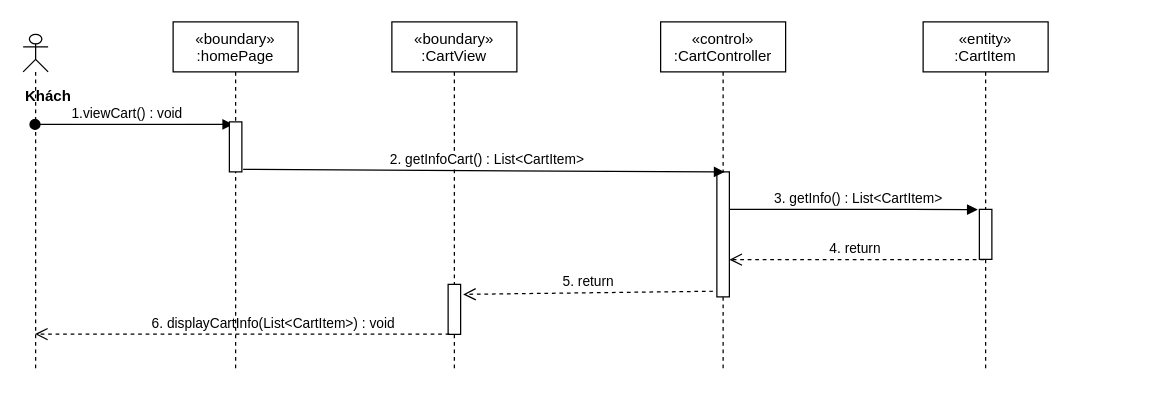
Above: sequence diagram/view-cart-sequence.drawio in nguyenphamvan/datn_20202 (draw.io), before the change. Source tidied: cells renumbered, new cells numbered last; positions are measured from the earlier drawing's top-left corner, leaving out a move shared by most shapes. Both pictures are drawn from the tidied source at 125%, with x=0, y=0 at pixel (22, 21).
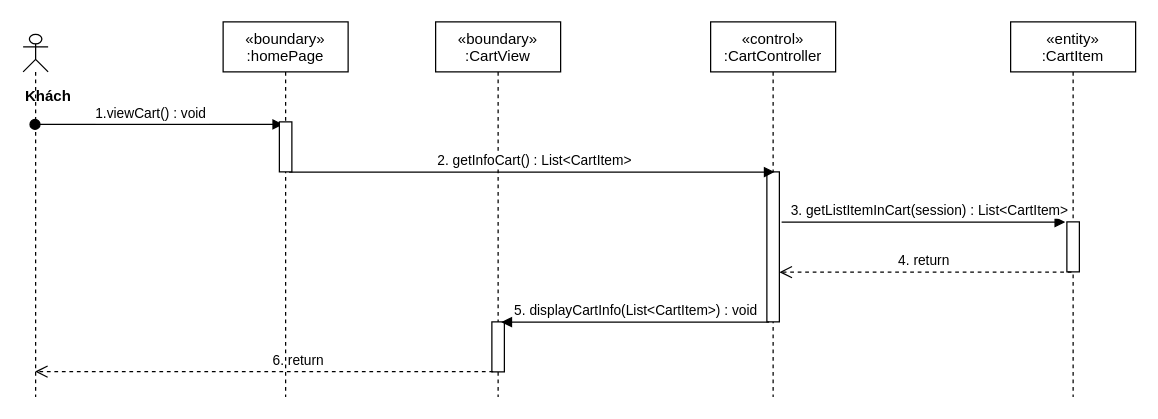
The same page after the edit.

Change to the diagram source:
```diff
@@
 <mxGraphModel>
   <root>
     <mxCell id="0" />
     <mxCell id="1" parent="0" />
     <mxCell id="2" value="«boundary»&#10;:CartView" style="shape=umlLifeline;perimeter=lifelinePerimeter;rounded=0;shadow=0;strokeWidth=1;" parent="1" vertex="1">
-      <mxGeometry x="295" width="100" height="280" as="geometry" />
+      <mxGeometry x="330" width="100" height="300" as="geometry" />
     </mxCell>
     <mxCell id="3" style="points=[];perimeter=orthogonalPerimeter;rounded=0;shadow=0;strokeWidth=1;" parent="2" vertex="1">
-      <mxGeometry x="45" y="210" width="10" height="40" as="geometry" />
+      <mxGeometry x="45" y="240" width="10" height="40" as="geometry" />
     </mxCell>
     <mxCell id="4" value="«control»&#10;:CartController" style="shape=umlLifeline;perimeter=lifelinePerimeter;rounded=0;shadow=0;strokeWidth=1;" parent="1" vertex="1">
-      <mxGeometry x="510" width="100" height="280" as="geometry" />
+      <mxGeometry x="550" width="100" height="300" as="geometry" />
     </mxCell>
     <mxCell id="5" style="points=[];perimeter=orthogonalPerimeter;rounded=0;shadow=0;strokeWidth=1;" parent="4" vertex="1">
-      <mxGeometry x="45" y="120" width="10" height="100" as="geometry" />
+      <mxGeometry x="45" y="120" width="10" height="120" as="geometry" />
     </mxCell>
     <mxCell id="6" value="&lt;div&gt;&lt;b&gt;Khách&lt;/b&gt;&lt;/div&gt;" style="shape=umlLifeline;participant=umlActor;perimeter=lifelinePerimeter;whiteSpace=wrap;html=1;verticalAlign=top;spacingTop=36;outlineConnect=0;align=left;size=30;" parent="1" vertex="1">
-      <mxGeometry y="10" width="20" height="270" as="geometry" />
+      <mxGeometry y="10" width="20" height="290" as="geometry" />
     </mxCell>
     <mxCell id="7" value="1.viewCart() : void" style="verticalAlign=bottom;startArrow=oval;endArrow=block;startSize=8;shadow=0;strokeWidth=1;entryX=0.3;entryY=0.05;entryDx=0;entryDy=0;entryPerimeter=0;" parent="1" edge="1" source="6" target="15">
       <mxGeometry x="-0.06" relative="1" as="geometry" />
     </mxCell>
-    <mxCell id="8" value="2. getInfoCart() : List&amp;lt;CartItem&amp;gt;" style="html=1;verticalAlign=bottom;endArrow=block;entryX=0.617;entryY=0.001;entryDx=0;entryDy=0;entryPerimeter=0;exitX=1.1;exitY=0.95;exitDx=0;exitDy=0;exitPerimeter=0;" parent="1" edge="1" source="15" target="5">
+    <mxCell id="8" value="2. getInfoCart() : List&amp;lt;CartItem&amp;gt;" style="html=1;verticalAlign=bottom;endArrow=block;entryX=0.617;entryY=0.001;entryDx=0;entryDy=0;entryPerimeter=0;exitX=0.78;exitY=1.005;exitDx=0;exitDy=0;exitPerimeter=0;" parent="1" edge="1" source="15" target="5">
       <mxGeometry x="0.01" relative="1" as="geometry" />
     </mxCell>
     <mxCell id="9" value="«entity»&#10;:CartItem" style="shape=umlLifeline;perimeter=lifelinePerimeter;rounded=0;shadow=0;strokeWidth=1;" parent="1" vertex="1">
-      <mxGeometry x="720" width="100" height="280" as="geometry" />
+      <mxGeometry x="790" width="100" height="300" as="geometry" />
     </mxCell>
     <mxCell id="10" style="points=[];perimeter=orthogonalPerimeter;rounded=0;shadow=0;strokeWidth=1;" parent="9" vertex="1">
-      <mxGeometry x="45" y="150" width="10" height="40" as="geometry" />
+      <mxGeometry x="45" y="160" width="10" height="40" as="geometry" />
     </mxCell>
-    <mxCell id="11" value="3. getInfo() : List&amp;lt;CartItem&amp;gt;" style="html=1;verticalAlign=bottom;endArrow=block;entryX=-0.133;entryY=0.004;entryDx=0;entryDy=0;entryPerimeter=0;" parent="1" edge="1" source="5" target="10">
-      <mxGeometry x="0.04" relative="1" as="geometry">
-        <Array as="points">
-          <mxPoint x="700" y="150" />
-        </Array>
-      </mxGeometry>
+    <mxCell id="11" value="3. getListItemInCart(session) : List&amp;lt;CartItem&amp;gt;" style="html=1;verticalAlign=bottom;endArrow=block;entryX=-0.133;entryY=0.004;entryDx=0;entryDy=0;entryPerimeter=0;exitX=1.18;exitY=0.335;exitDx=0;exitDy=0;exitPerimeter=0;" parent="1" edge="1" source="5" target="10">
+      <mxGeometry x="0.04" relative="1" as="geometry" />
     </mxCell>
     <mxCell id="12" value="4. return&amp;nbsp;" style="html=1;verticalAlign=bottom;endArrow=open;dashed=1;endSize=8;exitX=0.367;exitY=1.006;exitDx=0;exitDy=0;exitPerimeter=0;" parent="1" edge="1" source="10" target="5">
       <mxGeometry relative="1" as="geometry" />
     </mxCell>
-    <mxCell id="13" value="6. displayCartInfo(List&amp;lt;CartItem&amp;gt;) : void" style="html=1;verticalAlign=bottom;endArrow=open;dashed=1;endSize=8;exitX=0.1;exitY=0.994;exitDx=0;exitDy=0;exitPerimeter=0;" parent="1" edge="1" source="3" target="6">
+    <mxCell id="13" value="6. return" style="html=1;verticalAlign=bottom;endArrow=open;dashed=1;endSize=8;exitX=0.1;exitY=0.994;exitDx=0;exitDy=0;exitPerimeter=0;" parent="1" edge="1" source="3" target="6">
       <mxGeometry x="-0.15" relative="1" as="geometry" />
     </mxCell>
     <mxCell id="14" value="«boundary»&#10;:homePage" style="shape=umlLifeline;perimeter=lifelinePerimeter;rounded=0;shadow=0;strokeWidth=1;" parent="1" vertex="1">
-      <mxGeometry x="120" width="100" height="280" as="geometry" />
+      <mxGeometry x="160" width="100" height="300" as="geometry" />
     </mxCell>
     <mxCell id="15" style="points=[];perimeter=orthogonalPerimeter;rounded=0;shadow=0;strokeWidth=1;" parent="14" vertex="1">
       <mxGeometry x="45" y="80" width="10" height="40" as="geometry" />
     </mxCell>
-    <mxCell id="16" value="5. return" style="html=1;verticalAlign=bottom;endArrow=open;dashed=1;endSize=8;exitX=-0.3;exitY=0.955;exitDx=0;exitDy=0;exitPerimeter=0;entryX=1.2;entryY=0.2;entryDx=0;entryDy=0;entryPerimeter=0;" parent="1" edge="1" source="5" target="3">
+    <mxCell id="16" value="5. displayCartInfo(List&amp;lt;CartItem&amp;gt;) : void" style="html=1;verticalAlign=bottom;endArrow=block;exitX=0.18;exitY=1.002;exitDx=0;exitDy=0;exitPerimeter=0;entryX=0.76;entryY=0.005;entryDx=0;entryDy=0;entryPerimeter=0;" parent="1" edge="1" source="5" target="3">
       <mxGeometry relative="1" as="geometry" />
     </mxCell>
   </root>
 </mxGraphModel>
```
